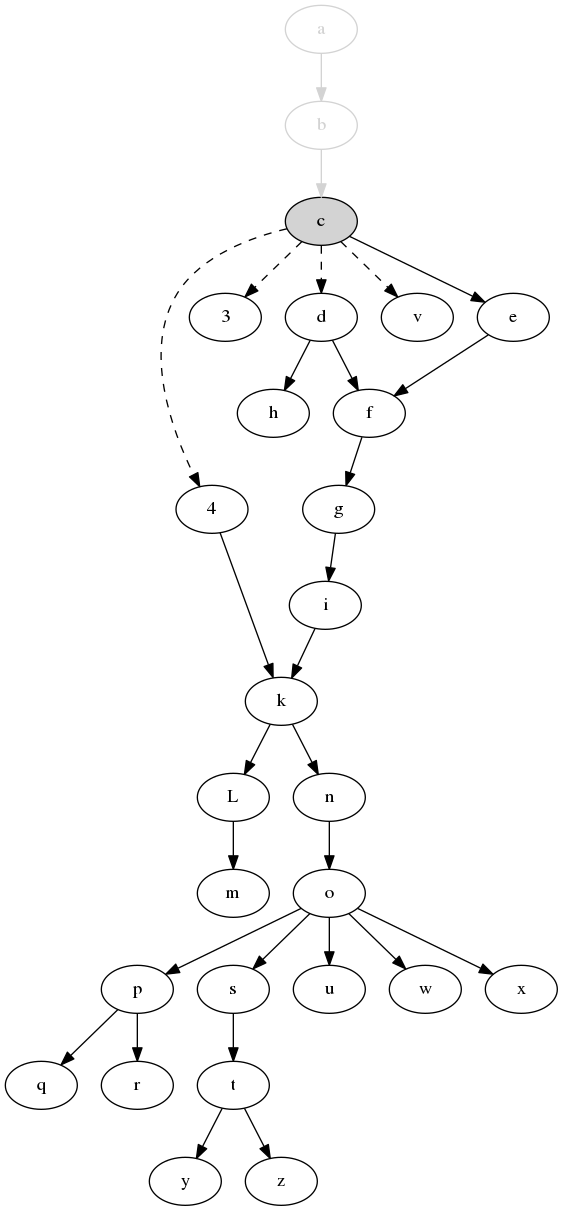
This is svm-startup-deps.png from jdmpapin/svm-startup-deps, a Graphviz export, as it was before one commit. Its source is kept beside it as svm-startup-deps.dot.
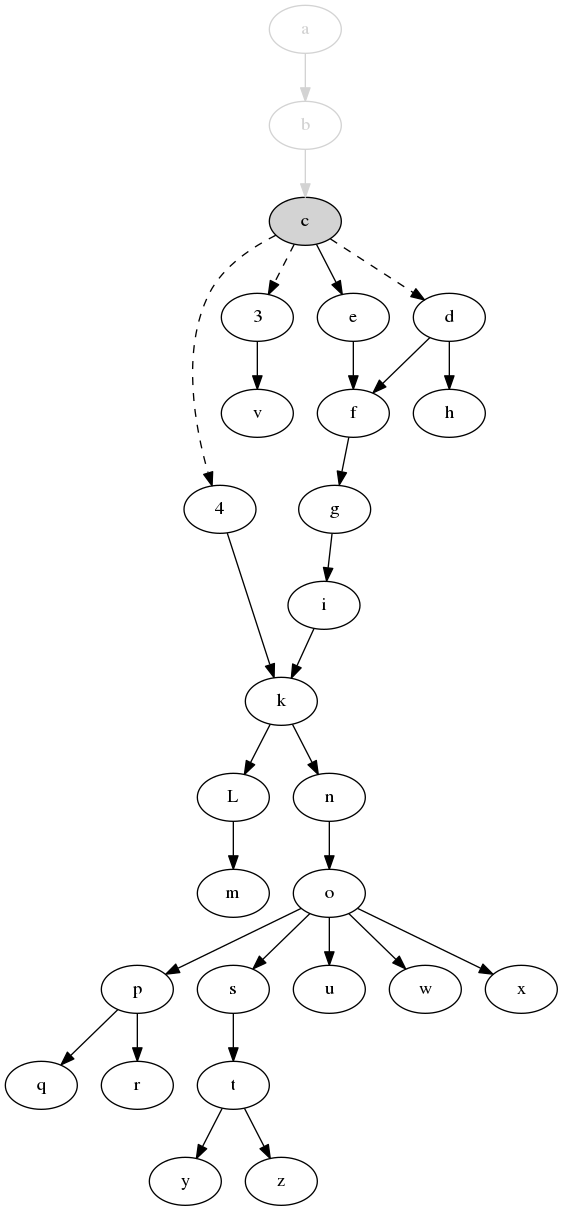
The same diagram one commit later.

What changed in the source:
```diff
@@ -31,7 +31,7 @@
     c -> 4 [style=dashed];
     c -> 3 [style=dashed];
     c -> d [style=dashed];
-    c -> v [style=dashed];
+    3 -> v;
     a -> b [color=lightgrey];
     b -> c [color=lightgrey];
     c -> e;
```
